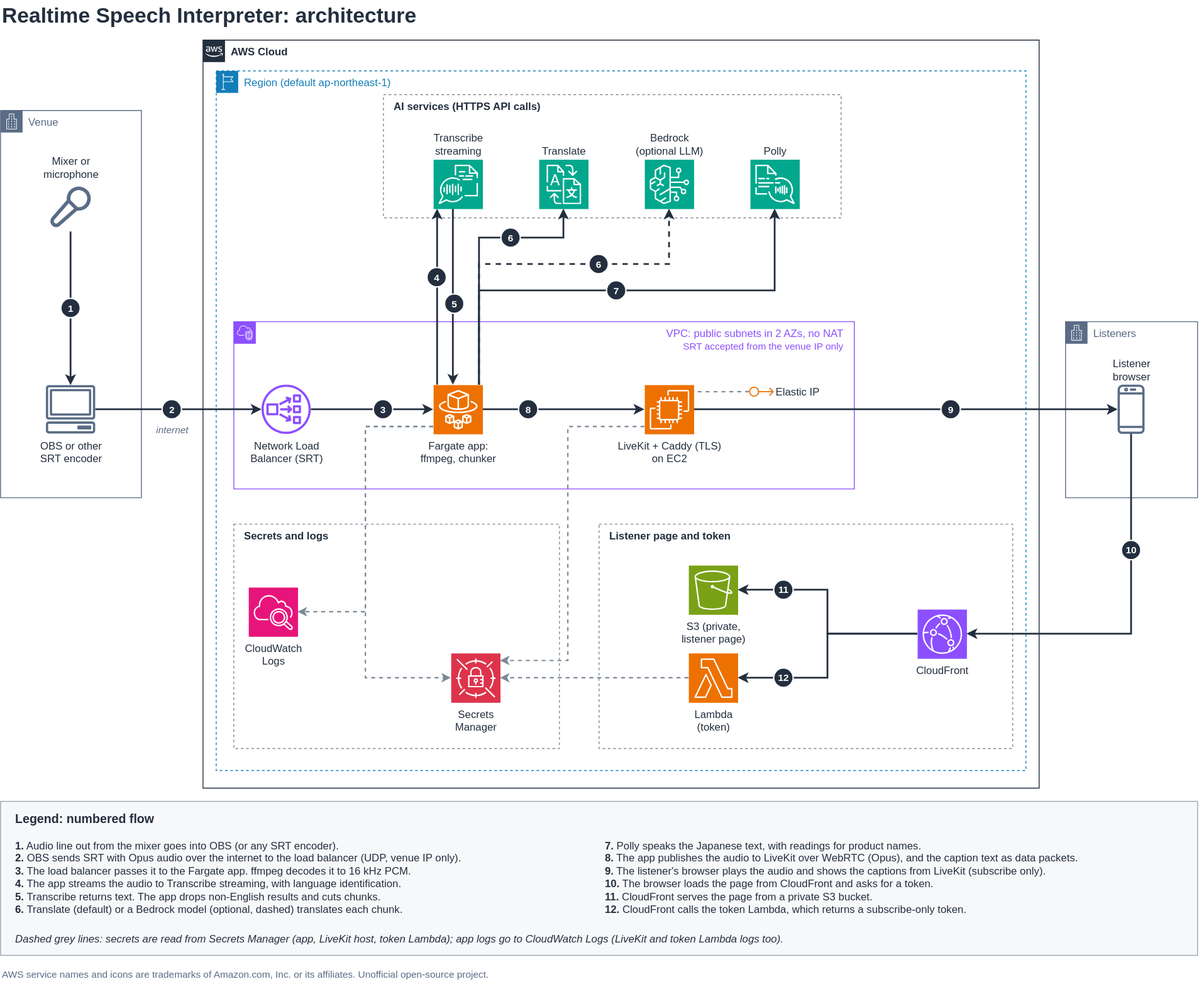
Earlier version of the draw.io export docs/architecture.drawio.svg (kuu/realtime-speech-interpreter). Source tidied: cells renumbered, new cells last; positions are measured from the earlier drawing's top-left corner, leaving out a move shared by most shapes.
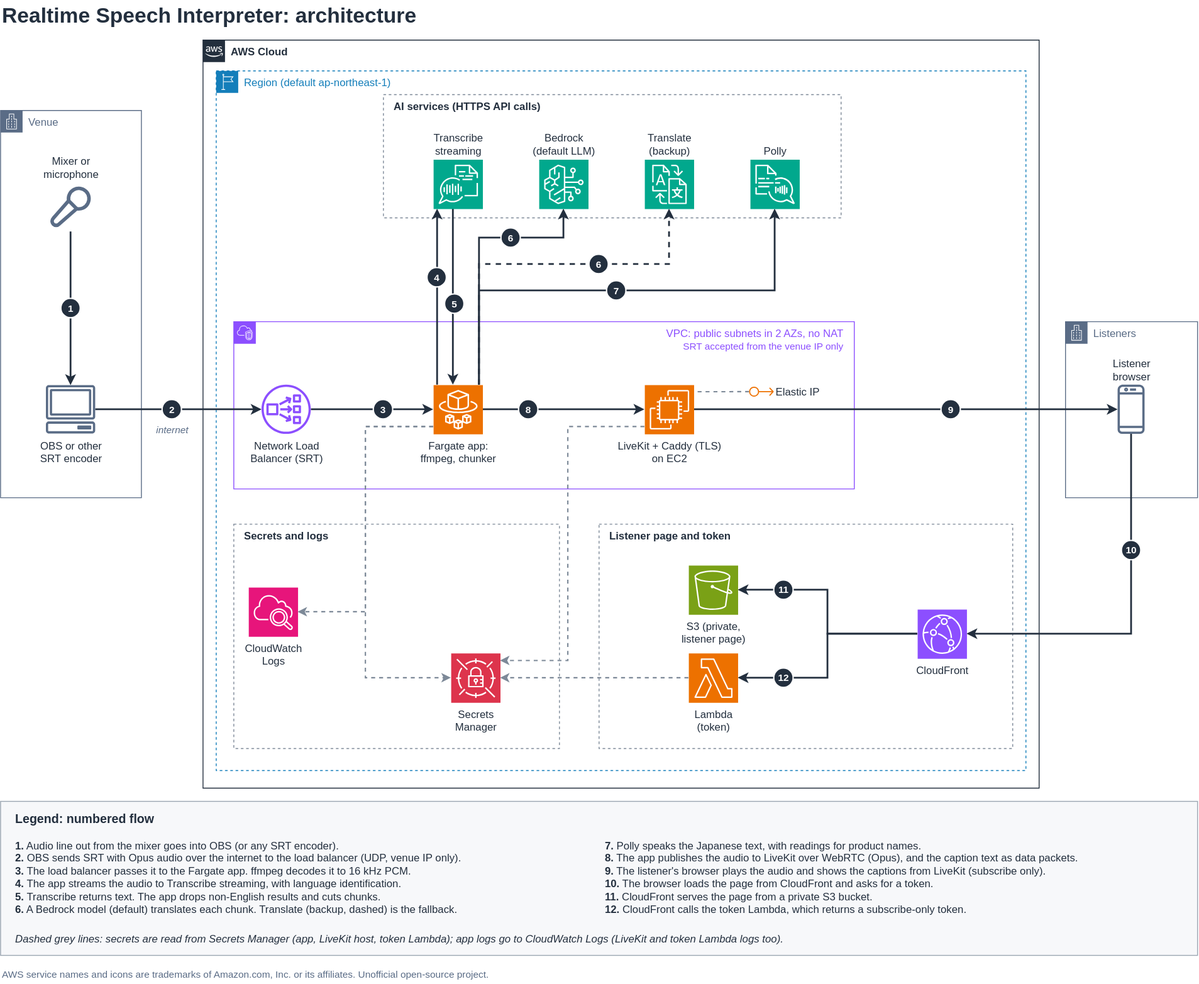
The same file after the commit.

Commit message:
docs: architecture diagram shows Bedrock as the default translator and Translate as the backup

Swapped the Bedrock and Translate icons and labels (solid vs dashed edge), legend step 6 reworded.
Checks: check-publishable PASS, check-links 0 broken, check-diagram OK, cdk npm test 144 pass.

The edit, as a diff of the source:
```diff
@@ -44,7 +44,7 @@
     <mxCell id="15" style="edgeStyle=orthogonalEdgeStyle;rounded=0;html=1;strokeWidth=2;strokeColor=#232F3E;endArrow=classic;endFill=1;jettySize=auto;exitX=0.4;exitY=1;exitDx=0;exitDy=0;entryX=0.4;entryY=0;entryDx=0;entryDy=0;" parent="1" edge="1" source="31" target="36">
       <mxGeometry relative="1" as="geometry" />
     </mxCell>
-    <mxCell id="16" style="edgeStyle=orthogonalEdgeStyle;rounded=0;html=1;strokeWidth=2;strokeColor=#232F3E;endArrow=classic;endFill=1;jettySize=auto;exitX=0.93;exitY=0;exitDx=0;exitDy=0;entryX=0.5;entryY=1;entryDx=0;entryDy=0;" parent="1" edge="1" source="36" target="32">
+    <mxCell id="16" style="edgeStyle=orthogonalEdgeStyle;rounded=0;html=1;strokeWidth=2;strokeColor=#232F3E;endArrow=classic;endFill=1;jettySize=auto;exitX=0.93;exitY=0;exitDx=0;exitDy=0;entryX=0.5;entryY=1;entryDx=0;entryDy=0;" parent="1" edge="1" source="36" target="33">
       <mxGeometry relative="1" as="geometry">
         <Array as="points">
           <mxPoint x="545" y="270" />
@@ -52,7 +52,7 @@
         </Array>
       </mxGeometry>
     </mxCell>
-    <mxCell id="17" style="edgeStyle=orthogonalEdgeStyle;rounded=0;html=1;strokeWidth=2;dashed=1;strokeColor=#232F3E;endArrow=classic;endFill=1;jettySize=auto;exitX=0.93;exitY=0;exitDx=0;exitDy=0;entryX=0.5;entryY=1;entryDx=0;entryDy=0;" parent="1" edge="1" source="36" target="33">
+    <mxCell id="17" style="edgeStyle=orthogonalEdgeStyle;rounded=0;html=1;strokeWidth=2;dashed=1;strokeColor=#232F3E;endArrow=classic;endFill=1;jettySize=auto;exitX=0.93;exitY=0;exitDx=0;exitDy=0;entryX=0.5;entryY=1;entryDx=0;entryDy=0;" parent="1" edge="1" source="36" target="32">
       <mxGeometry relative="1" as="geometry">
         <Array as="points">
           <mxPoint x="545" y="300" />
@@ -136,11 +136,11 @@
     <mxCell id="31" value="Transcribe&lt;br&gt;streaming" style="sketch=0;outlineConnect=0;fontColor=#232F3E;dashed=0;html=1;fontSize=12;gradientColor=none;labelBackgroundColor=#ffffff;verticalLabelPosition=top;verticalAlign=bottom;align=center;fillColor=#01A88D;strokeColor=#ffffff;shape=mxgraph.aws4.resourceIcon;resIcon=mxgraph.aws4.transcribe;" parent="1" vertex="1">
       <mxGeometry x="492" y="181" width="56" height="56" as="geometry" />
     </mxCell>
-    <mxCell id="32" value="Translate" style="sketch=0;outlineConnect=0;fontColor=#232F3E;dashed=0;html=1;fontSize=12;gradientColor=none;labelBackgroundColor=#ffffff;verticalLabelPosition=top;verticalAlign=bottom;align=center;fillColor=#01A88D;strokeColor=#ffffff;shape=mxgraph.aws4.resourceIcon;resIcon=mxgraph.aws4.translate;" parent="1" vertex="1">
-      <mxGeometry x="612" y="181" width="56" height="56" as="geometry" />
+    <mxCell id="32" value="Translate&lt;br&gt;(backup)" style="sketch=0;outlineConnect=0;fontColor=#232F3E;dashed=0;html=1;fontSize=12;gradientColor=none;labelBackgroundColor=#ffffff;verticalLabelPosition=top;verticalAlign=bottom;align=center;fillColor=#01A88D;strokeColor=#ffffff;shape=mxgraph.aws4.resourceIcon;resIcon=mxgraph.aws4.translate;" parent="1" vertex="1">
+      <mxGeometry x="732" y="181" width="56" height="56" as="geometry" />
     </mxCell>
-    <mxCell id="33" value="Bedrock&lt;br&gt;(optional LLM)" style="sketch=0;outlineConnect=0;fontColor=#232F3E;dashed=0;html=1;fontSize=12;gradientColor=none;labelBackgroundColor=#ffffff;verticalLabelPosition=top;verticalAlign=bottom;align=center;fillColor=#01A88D;strokeColor=#ffffff;shape=mxgraph.aws4.resourceIcon;resIcon=mxgraph.aws4.bedrock;" parent="1" vertex="1">
-      <mxGeometry x="732" y="181" width="56" height="56" as="geometry" />
+    <mxCell id="33" value="Bedrock&lt;br&gt;(default LLM)" style="sketch=0;outlineConnect=0;fontColor=#232F3E;dashed=0;html=1;fontSize=12;gradientColor=none;labelBackgroundColor=#ffffff;verticalLabelPosition=top;verticalAlign=bottom;align=center;fillColor=#01A88D;strokeColor=#ffffff;shape=mxgraph.aws4.resourceIcon;resIcon=mxgraph.aws4.bedrock;" parent="1" vertex="1">
+      <mxGeometry x="612" y="181" width="56" height="56" as="geometry" />
     </mxCell>
     <mxCell id="34" value="Polly" style="sketch=0;outlineConnect=0;fontColor=#232F3E;dashed=0;html=1;fontSize=12;gradientColor=none;labelBackgroundColor=#ffffff;verticalLabelPosition=top;verticalAlign=bottom;align=center;fillColor=#01A88D;strokeColor=#ffffff;shape=mxgraph.aws4.resourceIcon;resIcon=mxgraph.aws4.polly;" parent="1" vertex="1">
       <mxGeometry x="852" y="181" width="56" height="56" as="geometry" />
@@ -184,7 +184,7 @@
     <mxCell id="47" value="Legend: numbered flow" style="text;html=1;align=left;verticalAlign=middle;fontSize=14;fontStyle=1;fontColor=#232F3E;" parent="1" vertex="1">
       <mxGeometry x="15" y="918" width="400" height="24" as="geometry" />
     </mxCell>
-    <mxCell id="48" value="&lt;b&gt;1.&lt;/b&gt; Audio line out from the mixer goes into OBS (or any SRT encoder).&lt;br&gt;&lt;b&gt;2.&lt;/b&gt; OBS sends SRT with Opus audio over the internet to the load balancer (UDP, venue IP only).&lt;br&gt;&lt;b&gt;3.&lt;/b&gt; The load balancer passes it to the Fargate app. ffmpeg decodes it to 16 kHz PCM.&lt;br&gt;&lt;b&gt;4.&lt;/b&gt; The app streams the audio to Transcribe streaming, with language identification.&lt;br&gt;&lt;b&gt;5.&lt;/b&gt; Transcribe returns text. The app drops non-English results and cuts chunks.&lt;br&gt;&lt;b&gt;6.&lt;/b&gt; Translate (default) or a Bedrock model (optional, dashed) translates each chunk." style="text;html=1;align=left;verticalAlign=top;whiteSpace=wrap;fontSize=12;fontColor=#232F3E;spacingTop=0;" parent="1" vertex="1">
+    <mxCell id="48" value="&lt;b&gt;1.&lt;/b&gt; Audio line out from the mixer goes into OBS (or any SRT encoder).&lt;br&gt;&lt;b&gt;2.&lt;/b&gt; OBS sends SRT with Opus audio over the internet to the load balancer (UDP, venue IP only).&lt;br&gt;&lt;b&gt;3.&lt;/b&gt; The load balancer passes it to the Fargate app. ffmpeg decodes it to 16 kHz PCM.&lt;br&gt;&lt;b&gt;4.&lt;/b&gt; The app streams the audio to Transcribe streaming, with language identification.&lt;br&gt;&lt;b&gt;5.&lt;/b&gt; Transcribe returns text. The app drops non-English results and cuts chunks.&lt;br&gt;&lt;b&gt;6.&lt;/b&gt; A Bedrock model (default) translates each chunk. Translate (backup, dashed) is the fallback." style="text;html=1;align=left;verticalAlign=top;whiteSpace=wrap;fontSize=12;fontColor=#232F3E;spacingTop=0;" parent="1" vertex="1">
       <mxGeometry x="15" y="947" width="640" height="100" as="geometry" />
     </mxCell>
     <mxCell id="49" value="&lt;b&gt;7.&lt;/b&gt; Polly speaks the Japanese text, with readings for product names.&lt;br&gt;&lt;b&gt;8.&lt;/b&gt; The app publishes the audio to LiveKit over WebRTC (Opus), and the caption text as data packets.&lt;br&gt;&lt;b&gt;9.&lt;/b&gt; The listener's browser plays the audio and shows the captions from LiveKit (subscribe only).&lt;br&gt;&lt;b&gt;10.&lt;/b&gt; The browser loads the page from CloudFront and asks for a token.&lt;br&gt;&lt;b&gt;11.&lt;/b&gt; CloudFront serves the page from a private S3 bucket.&lt;br&gt;&lt;b&gt;12.&lt;/b&gt; CloudFront calls the token Lambda, which returns a subscribe-only token." style="text;html=1;align=left;verticalAlign=top;whiteSpace=wrap;fontSize=12;fontColor=#232F3E;spacingTop=0;" parent="1" vertex="1">
```
